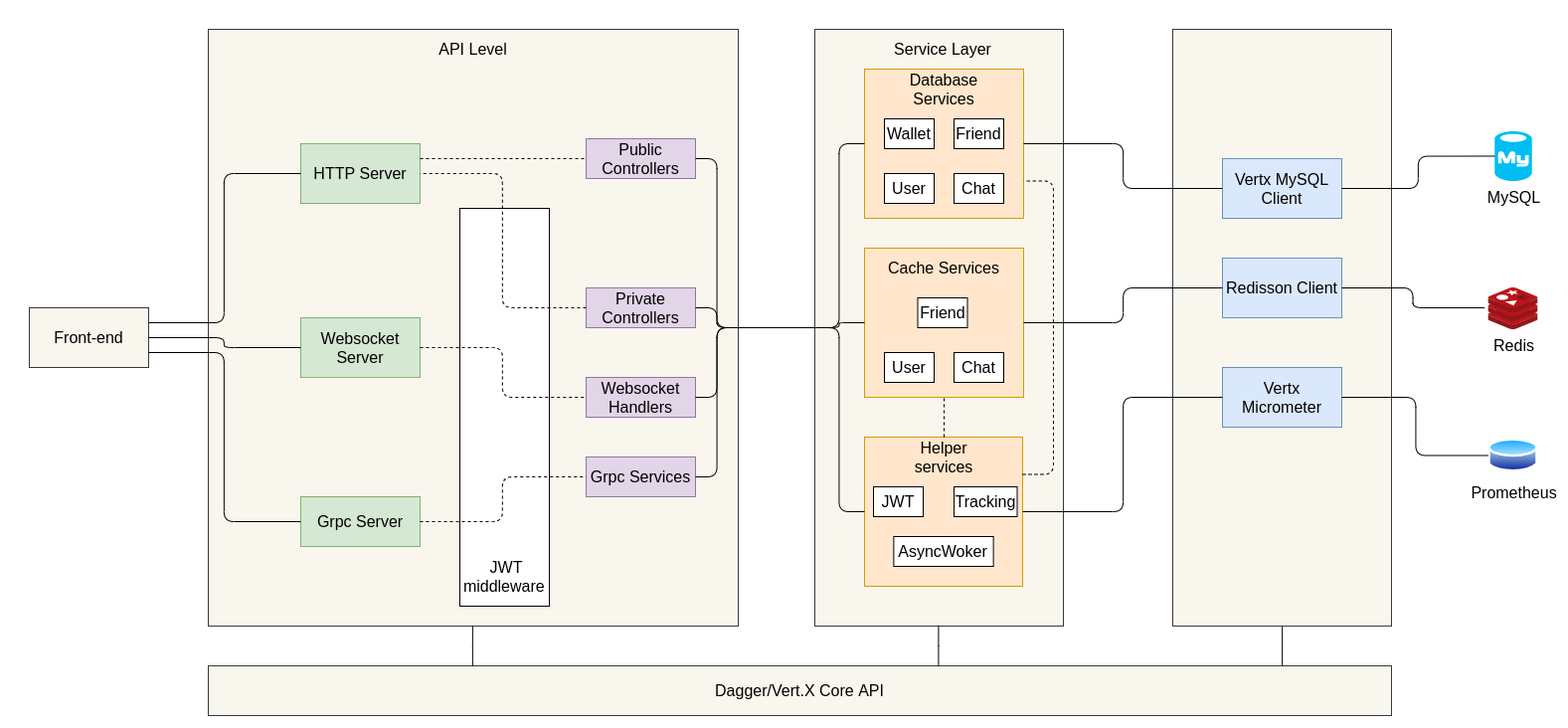
Before: report/img/architechture/vmr-backend.png, a diagram exported from draw.io (delta94/vmr-chatapp-1). Source tidied: cells renumbered, new cells last; positions are measured from the earlier drawing's top-left corner, leaving out a move shared by most shapes.
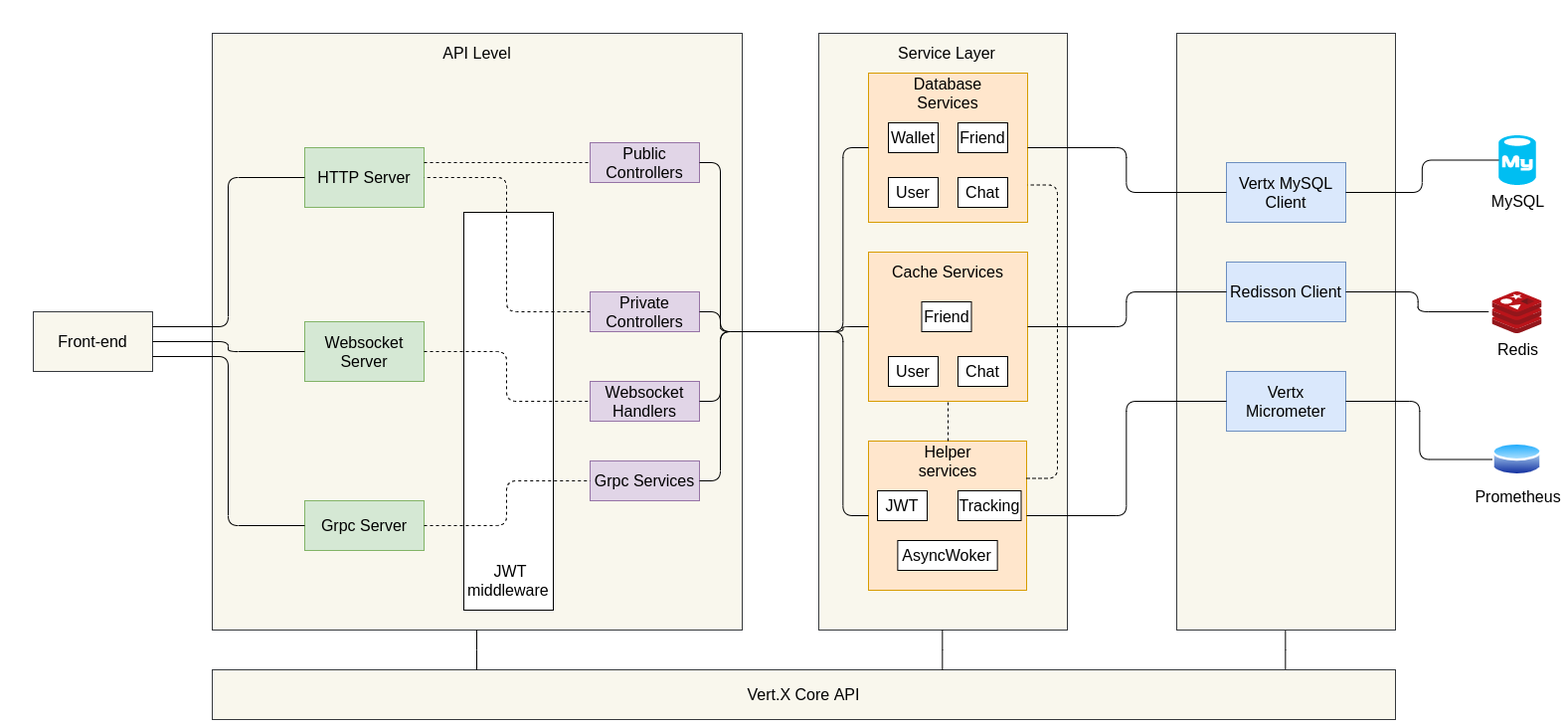
Above is the later version.

The edit, as a diff of the source:
```diff
@@ -123,7 +123,7 @@
     <mxCell id="39" style="endArrow=none;html=1;entryX=0;entryY=0.5;entryDx=0;entryDy=0;exitX=1;exitY=0.5;exitDx=0;exitDy=0;edgeStyle=elbowEdgeStyle;fontSize=16;" parent="1" edge="1" source="12" target="32">
       <mxGeometry relative="1" as="geometry" />
     </mxCell>
-    <mxCell id="40" value="Dagger/Vert.X Core API" style="rounded=0;whiteSpace=wrap;html=1;fontSize=16;fillColor=#f9f7ed;strokeColor=#36393d;" parent="1" vertex="1">
+    <mxCell id="40" value="Vert.X Core API" style="rounded=0;whiteSpace=wrap;html=1;fontSize=16;fillColor=#f9f7ed;strokeColor=#36393d;" parent="1" vertex="1">
       <mxGeometry x="180" y="640" width="1190" height="50" as="geometry" />
     </mxCell>
     <mxCell id="41" style="group;fontSize=16;" parent="1" vertex="1">
```
